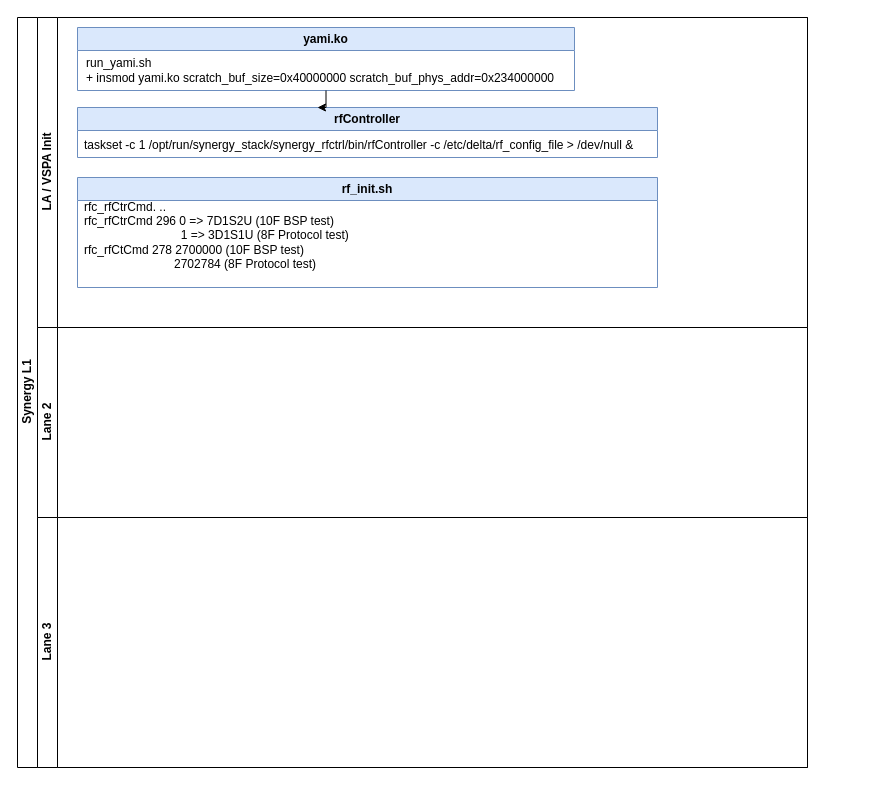
Earlier version of the draw.io diagram 未命名绘图.drawio (james1023/drawio). Source tidied: cells renumbered, new cells numbered last; positions are measured from the earlier drawing's top-left corner, leaving out a move shared by most shapes. Both pictures are drawn from the tidied source at 100%, with x=0, y=0 at pixel (17, 17).
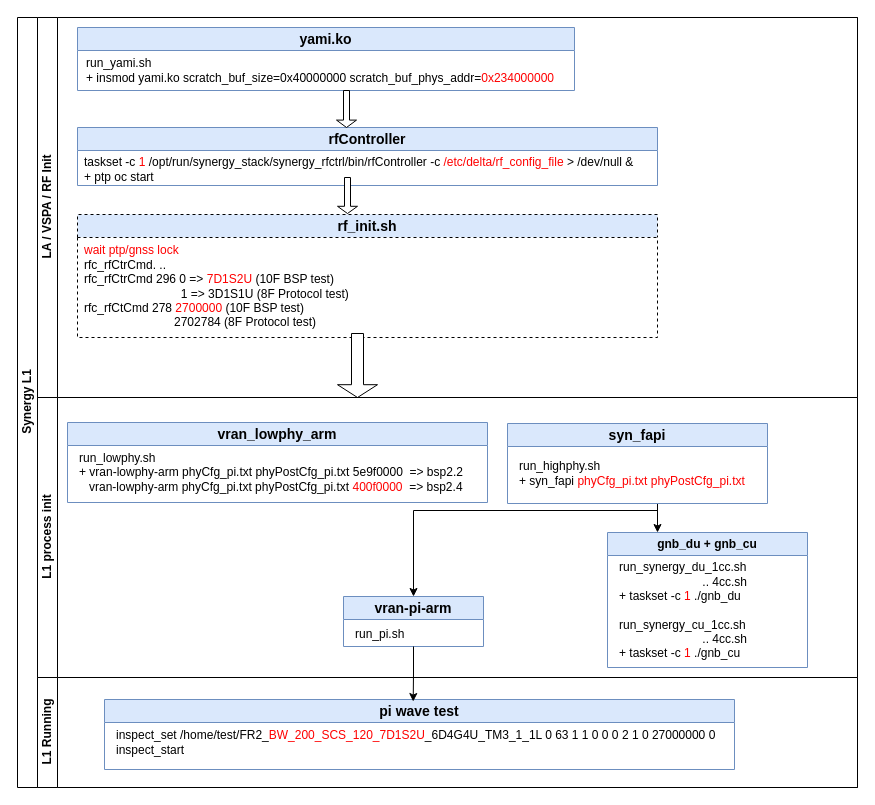
The same diagram, later.

Commit message:
更新未命名绘图.drawio

The edit, as a diff of the source:
```diff
@@
     <mxCell id="2" value="Synergy L1" style="swimlane;html=1;horizontal=0;startSize=20;" parent="1" vertex="1">
-      <mxGeometry width="790" height="750" as="geometry" />
+      <mxGeometry width="840" height="770" as="geometry" />
     </mxCell>
-    <mxCell id="3" value="LA / VSPA Init" style="swimlane;html=1;startSize=20;horizontal=0;swimlaneFillColor=default;" parent="2" vertex="1">
-      <mxGeometry x="20" width="770" height="310" as="geometry" />
+    <mxCell id="3" value="LA / VSPA / RF&amp;nbsp;Init" style="swimlane;html=1;startSize=20;horizontal=0;swimlaneFillColor=default;" parent="2" vertex="1">
+      <mxGeometry x="20" width="820" height="380" as="geometry" />
     </mxCell>
-    <mxCell id="4" value="yami.ko" style="swimlane;whiteSpace=wrap;html=1;fillColor=#dae8fc;strokeColor=#6c8ebf;swimlaneFillColor=#FFFFFF;" parent="3" vertex="1">
+    <mxCell id="4" value="&lt;font style=&quot;font-size: 14px;&quot;&gt;yami.ko&lt;/font&gt;" style="swimlane;whiteSpace=wrap;html=1;fillColor=#dae8fc;strokeColor=#6c8ebf;swimlaneFillColor=#FFFFFF;" parent="3" vertex="1">
       <mxGeometry x="40" y="10" width="497" height="63" as="geometry" />
     </mxCell>
-    <mxCell id="5" value="run_yami.sh&lt;br&gt;+ insmod yami.ko scratch_buf_size=0x40000000 scratch_buf_phys_addr=0x234000000" style="text;html=1;align=left;verticalAlign=middle;strokeColor=none;fillColor=none;" parent="4" vertex="1">
+    <mxCell id="5" value="run_yami.sh&lt;br&gt;+ insmod yami.ko scratch_buf_size=0x40000000 scratch_buf_phys_addr=&lt;font color=&quot;#ff0000&quot;&gt;0x234000000&lt;/font&gt;" style="text;html=1;align=left;verticalAlign=middle;strokeColor=none;fillColor=none;" parent="4" vertex="1">
       <mxGeometry x="7" y="23" width="490" height="40" as="geometry" />
     </mxCell>
-    <mxCell id="6" value="rfController" style="swimlane;whiteSpace=wrap;html=1;fillColor=#dae8fc;strokeColor=#6c8ebf;swimlaneFillColor=default;" parent="3" vertex="1">
-      <mxGeometry x="40" y="90" width="580" height="50" as="geometry" />
+    <mxCell id="6" value="&lt;font style=&quot;font-size: 14px;&quot;&gt;rfController&lt;/font&gt;" style="swimlane;whiteSpace=wrap;html=1;fillColor=#dae8fc;strokeColor=#6c8ebf;swimlaneFillColor=default;" parent="3" vertex="1">
+      <mxGeometry x="40" y="110" width="580" height="58" as="geometry" />
     </mxCell>
-    <mxCell id="7" value="taskset -c 1 /opt/run/synergy_stack/synergy_rfctrl/bin/rfController -c /etc/delta/rf_config_file &amp;gt; /dev/null &amp;amp;" style="text;html=1;align=left;verticalAlign=middle;strokeColor=none;fillColor=none;" parent="6" vertex="1">
-      <mxGeometry x="5" y="23" width="570" height="30" as="geometry" />
+    <mxCell id="7" value="taskset -c &lt;font color=&quot;#ff0000&quot;&gt;1&lt;/font&gt; /opt/run/synergy_stack/synergy_rfctrl/bin/rfController -c &lt;font color=&quot;#ff0000&quot;&gt;/etc/delta/rf_config_file&lt;/font&gt; &amp;gt; /dev/null &amp;amp;&lt;br&gt;+ ptp oc start" style="text;html=1;align=left;verticalAlign=middle;strokeColor=none;fillColor=none;" parent="6" vertex="1">
+      <mxGeometry x="5" y="22" width="570" height="40" as="geometry" />
     </mxCell>
-    <mxCell id="8" style="edgeStyle=orthogonalEdgeStyle;rounded=0;jettySize=auto;html=1;exitX=0.5;exitY=1;exitDx=0;exitDy=0;" parent="3" edge="1" source="4">
-      <mxGeometry relative="1" as="geometry">
-        <mxPoint x="280" y="90" as="targetPoint" />
-        <Array as="points">
-          <mxPoint x="280" y="90" />
-          <mxPoint x="281" y="90" />
-        </Array>
-      </mxGeometry>
-    </mxCell>
-    <mxCell id="9" value="rf_init.sh" style="swimlane;whiteSpace=wrap;html=1;fillColor=#dae8fc;strokeColor=#6c8ebf;swimlaneFillColor=default;" parent="3" vertex="1">
-      <mxGeometry x="40" y="160" width="580" height="110" as="geometry" />
+    <mxCell id="9" value="&lt;font style=&quot;font-size: 14px;&quot;&gt;rf_init.sh&lt;/font&gt;" style="swimlane;whiteSpace=wrap;html=1;fillColor=#dae8fc;strokeColor=default;swimlaneFillColor=default;dashed=1;" parent="3" vertex="1">
+      <mxGeometry x="40" y="197" width="580" height="123" as="geometry" />
     </mxCell>
-    <mxCell id="10" value="rfc_rfCtrCmd. ..&lt;br&gt;rfc_rfCtrCmd 296 0 =&amp;gt; 7D1S2U (10F BSP test)&lt;br&gt;&amp;nbsp; &amp;nbsp; &amp;nbsp; &amp;nbsp; &amp;nbsp; &amp;nbsp; &amp;nbsp; &amp;nbsp; &amp;nbsp; &amp;nbsp; &amp;nbsp; &amp;nbsp; &amp;nbsp; &amp;nbsp; &amp;nbsp;1 =&amp;gt; 3D1S1U (8F Protocol test)&lt;br&gt;rfc_rfCtCmd 278 2700000 (10F BSP test)&lt;br&gt;&amp;nbsp; &amp;nbsp; &amp;nbsp; &amp;nbsp; &amp;nbsp; &amp;nbsp; &amp;nbsp; &amp;nbsp; &amp;nbsp; &amp;nbsp; &amp;nbsp; &amp;nbsp; &amp;nbsp; &amp;nbsp;2702784 (8F Protocol test)" style="text;html=1;align=left;verticalAlign=middle;strokeColor=none;fillColor=none;" parent="9" vertex="1">
-      <mxGeometry x="5" y="13" width="290" height="90" as="geometry" />
+    <mxCell id="10" value="&lt;font color=&quot;#ff0000&quot;&gt;wait ptp/gnss lock&lt;/font&gt;&lt;br&gt;rfc_rfCtrCmd. ..&lt;br&gt;rfc_rfCtrCmd 296 0 =&amp;gt; &lt;font color=&quot;#ff0000&quot;&gt;7D1S2U &lt;/font&gt;(10F BSP test)&lt;br&gt;&amp;nbsp; &amp;nbsp; &amp;nbsp; &amp;nbsp; &amp;nbsp; &amp;nbsp; &amp;nbsp; &amp;nbsp; &amp;nbsp; &amp;nbsp; &amp;nbsp; &amp;nbsp; &amp;nbsp; &amp;nbsp; &amp;nbsp;1 =&amp;gt; 3D1S1U (8F Protocol test)&lt;br&gt;rfc_rfCtCmd 278 &lt;font color=&quot;#ff0000&quot;&gt;2700000 &lt;/font&gt;(10F BSP test)&lt;br&gt;&amp;nbsp; &amp;nbsp; &amp;nbsp; &amp;nbsp; &amp;nbsp; &amp;nbsp; &amp;nbsp; &amp;nbsp; &amp;nbsp; &amp;nbsp; &amp;nbsp; &amp;nbsp; &amp;nbsp; &amp;nbsp;2702784 (8F Protocol test)" style="text;html=1;align=left;verticalAlign=middle;strokeColor=none;fillColor=none;" parent="9" vertex="1">
+      <mxGeometry x="5" y="22" width="290" height="100" as="geometry" />
     </mxCell>
+    <mxCell id="13" style="shape=singleArrow;direction=south;whiteSpace=wrap;html=1;" parent="3" vertex="1">
+      <mxGeometry x="300" y="316" width="40" height="64" as="geometry" />
+    </mxCell>
+    <mxCell id="14" style="shape=singleArrow;direction=south;whiteSpace=wrap;html=1;" parent="3" vertex="1">
+      <mxGeometry x="300" y="160" width="20" height="36" as="geometry" />
+    </mxCell>
+    <mxCell id="15" style="shape=singleArrow;direction=south;whiteSpace=wrap;html=1;" parent="3" vertex="1">
+      <mxGeometry x="299" y="73" width="20" height="37" as="geometry" />
+    </mxCell>
-    <mxCell id="11" value="Lane 2" style="swimlane;html=1;startSize=20;horizontal=0;swimlaneFillColor=default;" parent="2" vertex="1">
-      <mxGeometry x="20" y="310" width="770" height="190" as="geometry" />
+    <mxCell id="11" value="L1 process init" style="swimlane;html=1;startSize=20;horizontal=0;swimlaneFillColor=default;" parent="2" vertex="1">
+      <mxGeometry x="20" y="380" width="820" height="280" as="geometry" />
     </mxCell>
+    <mxCell id="16" value="&lt;font style=&quot;font-size: 14px;&quot;&gt;vran_lowphy_arm&lt;/font&gt;" style="swimlane;whiteSpace=wrap;html=1;fillColor=#dae8fc;strokeColor=#6c8ebf;swimlaneFillColor=#FFFFFF;" parent="11" vertex="1">
+      <mxGeometry x="30" y="25" width="420" height="80" as="geometry" />
+    </mxCell>
+    <mxCell id="17" value="run_lowphy.sh&lt;br&gt;+&amp;nbsp;vran-lowphy-arm phyCfg_pi.txt phyPostCfg_pi.txt 5e9f0000&amp;nbsp; =&amp;gt; bsp2.2&lt;br&gt;&amp;nbsp; &amp;nbsp;vran-lowphy-arm phyCfg_pi.txt phyPostCfg_pi.txt &lt;font color=&quot;#ff0000&quot;&gt;400f0000&amp;nbsp; &lt;/font&gt;=&amp;gt; bsp2.4" style="text;html=1;align=left;verticalAlign=middle;strokeColor=none;fillColor=none;" parent="16" vertex="1">
+      <mxGeometry x="10" y="20" width="410" height="60" as="geometry" />
+    </mxCell>
+    <mxCell id="18" style="edgeStyle=orthogonalEdgeStyle;rounded=0;jettySize=auto;html=1;exitX=0.5;exitY=1;exitDx=0;exitDy=0;entryX=0.5;entryY=0;entryDx=0;entryDy=0;" parent="11" edge="1" source="20" target="22">
+      <mxGeometry relative="1" as="geometry">
+        <Array as="points">
+          <mxPoint x="600" y="90" />
+          <mxPoint x="620" y="90" />
+          <mxPoint x="620" y="113" />
+          <mxPoint x="376" y="113" />
+        </Array>
+      </mxGeometry>
+    </mxCell>
+    <mxCell id="19" style="edgeStyle=orthogonalEdgeStyle;rounded=0;jettySize=auto;html=1;exitX=0.75;exitY=1;exitDx=0;exitDy=0;entryX=0.25;entryY=0;entryDx=0;entryDy=0;" parent="11" edge="1" source="20" target="24">
+      <mxGeometry relative="1" as="geometry">
+        <Array as="points">
+          <mxPoint x="620" y="90" />
+        </Array>
+      </mxGeometry>
+    </mxCell>
+    <mxCell id="20" value="&lt;font style=&quot;font-size: 14px;&quot;&gt;syn_fapi&lt;/font&gt;" style="swimlane;whiteSpace=wrap;html=1;fillColor=#dae8fc;strokeColor=#6c8ebf;swimlaneFillColor=#FFFFFF;" parent="11" vertex="1">
+      <mxGeometry x="470" y="26" width="260" height="80" as="geometry" />
+    </mxCell>
+    <mxCell id="21" value="run_highphy.sh&lt;br&gt;+ syn_fapi &lt;font color=&quot;#ff0000&quot;&gt;phyCfg_pi.txt phyPostCfg_pi.txt&lt;/font&gt;" style="text;html=1;align=left;verticalAlign=middle;strokeColor=none;fillColor=none;" parent="20" vertex="1">
+      <mxGeometry x="10" y="30" width="250" height="40" as="geometry" />
+    </mxCell>
+    <mxCell id="22" value="&lt;font style=&quot;font-size: 14px;&quot;&gt;vran-pi-arm&lt;/font&gt;" style="swimlane;whiteSpace=wrap;html=1;fillColor=#dae8fc;strokeColor=#6c8ebf;swimlaneFillColor=#FFFFFF;" parent="11" vertex="1">
+      <mxGeometry x="306" y="199" width="140" height="50" as="geometry" />
+    </mxCell>
+    <mxCell id="23" value="run_pi.sh" style="text;html=1;align=left;verticalAlign=middle;strokeColor=none;fillColor=none;" parent="22" vertex="1">
+      <mxGeometry x="10" y="23" width="70" height="30" as="geometry" />
+    </mxCell>
+    <mxCell id="24" value="gnb_du + gnb_cu" style="swimlane;whiteSpace=wrap;html=1;fillColor=#dae8fc;strokeColor=#6c8ebf;swimlaneFillColor=#FFFFFF;" parent="11" vertex="1">
+      <mxGeometry x="570" y="135" width="200" height="135" as="geometry" />
+    </mxCell>
+    <mxCell id="25" value="run_synergy_du_1cc.sh&lt;br&gt;&amp;nbsp; &amp;nbsp; &amp;nbsp; &amp;nbsp; &amp;nbsp; &amp;nbsp; &amp;nbsp; &amp;nbsp; &amp;nbsp; &amp;nbsp; &amp;nbsp; &amp;nbsp; &amp;nbsp;.. 4cc.sh&lt;br&gt;+ taskset -c &lt;font color=&quot;#ff0000&quot;&gt;1&lt;/font&gt; ./gnb_du&lt;br&gt;&lt;br&gt;run_synergy_cu_1cc.sh&lt;br style=&quot;border-color: var(--border-color);&quot;&gt;&amp;nbsp; &amp;nbsp; &amp;nbsp; &amp;nbsp; &amp;nbsp; &amp;nbsp; &amp;nbsp; &amp;nbsp; &amp;nbsp; &amp;nbsp; &amp;nbsp; &amp;nbsp; &amp;nbsp;.. 4cc.sh&lt;br&gt;+ taskset -c &lt;font color=&quot;#ff0000&quot;&gt;1&lt;/font&gt; ./gnb_cu" style="text;html=1;align=left;verticalAlign=middle;strokeColor=none;fillColor=none;" parent="24" vertex="1">
+      <mxGeometry x="10" y="23" width="150" height="110" as="geometry" />
+    </mxCell>
-    <mxCell id="12" value="Lane 3" style="swimlane;html=1;startSize=20;horizontal=0;swimlaneFillColor=default;" parent="2" vertex="1">
-      <mxGeometry x="20" y="500" width="770" height="250" as="geometry" />
+    <mxCell id="12" value="L1 Running" style="swimlane;html=1;startSize=20;horizontal=0;swimlaneFillColor=default;" parent="2" vertex="1">
+      <mxGeometry x="20" y="660" width="820" height="110" as="geometry" />
     </mxCell>
+    <mxCell id="26" value="&lt;font style=&quot;font-size: 14px;&quot;&gt;pi wave test&lt;/font&gt;" style="swimlane;whiteSpace=wrap;html=1;fillColor=#dae8fc;strokeColor=#6c8ebf;swimlaneFillColor=#FFFFFF;" parent="12" vertex="1">
+      <mxGeometry x="67" y="22" width="630" height="70" as="geometry" />
+    </mxCell>
+    <mxCell id="27" value="inspect_set /home/test/FR2_&lt;font color=&quot;#ff0000&quot;&gt;BW_200_SCS_120_7D1S2U&lt;/font&gt;_6D4G4U_TM3_1_1L 0 63 1 1 0 0 0 2 1 0 27000000 0&lt;br&gt;inspect_start" style="text;html=1;align=left;verticalAlign=middle;strokeColor=none;fillColor=none;" parent="26" vertex="1">
+      <mxGeometry x="10" y="23" width="620" height="40" as="geometry" />
+    </mxCell>
+    <mxCell id="28" style="edgeStyle=orthogonalEdgeStyle;rounded=0;jettySize=auto;html=1;exitX=0.5;exitY=1;exitDx=0;exitDy=0;entryX=0.49;entryY=0.029;entryDx=0;entryDy=0;entryPerimeter=0;" parent="2" edge="1" source="22" target="26">
+      <mxGeometry relative="1" as="geometry" />
+    </mxCell>
```
